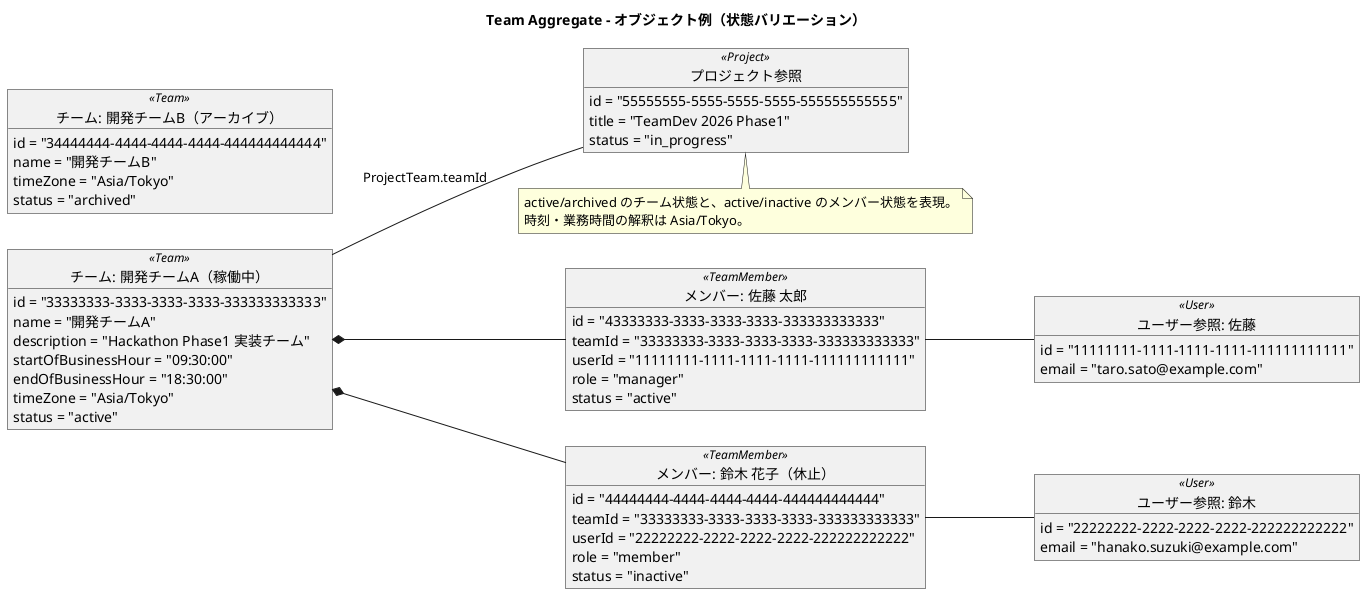
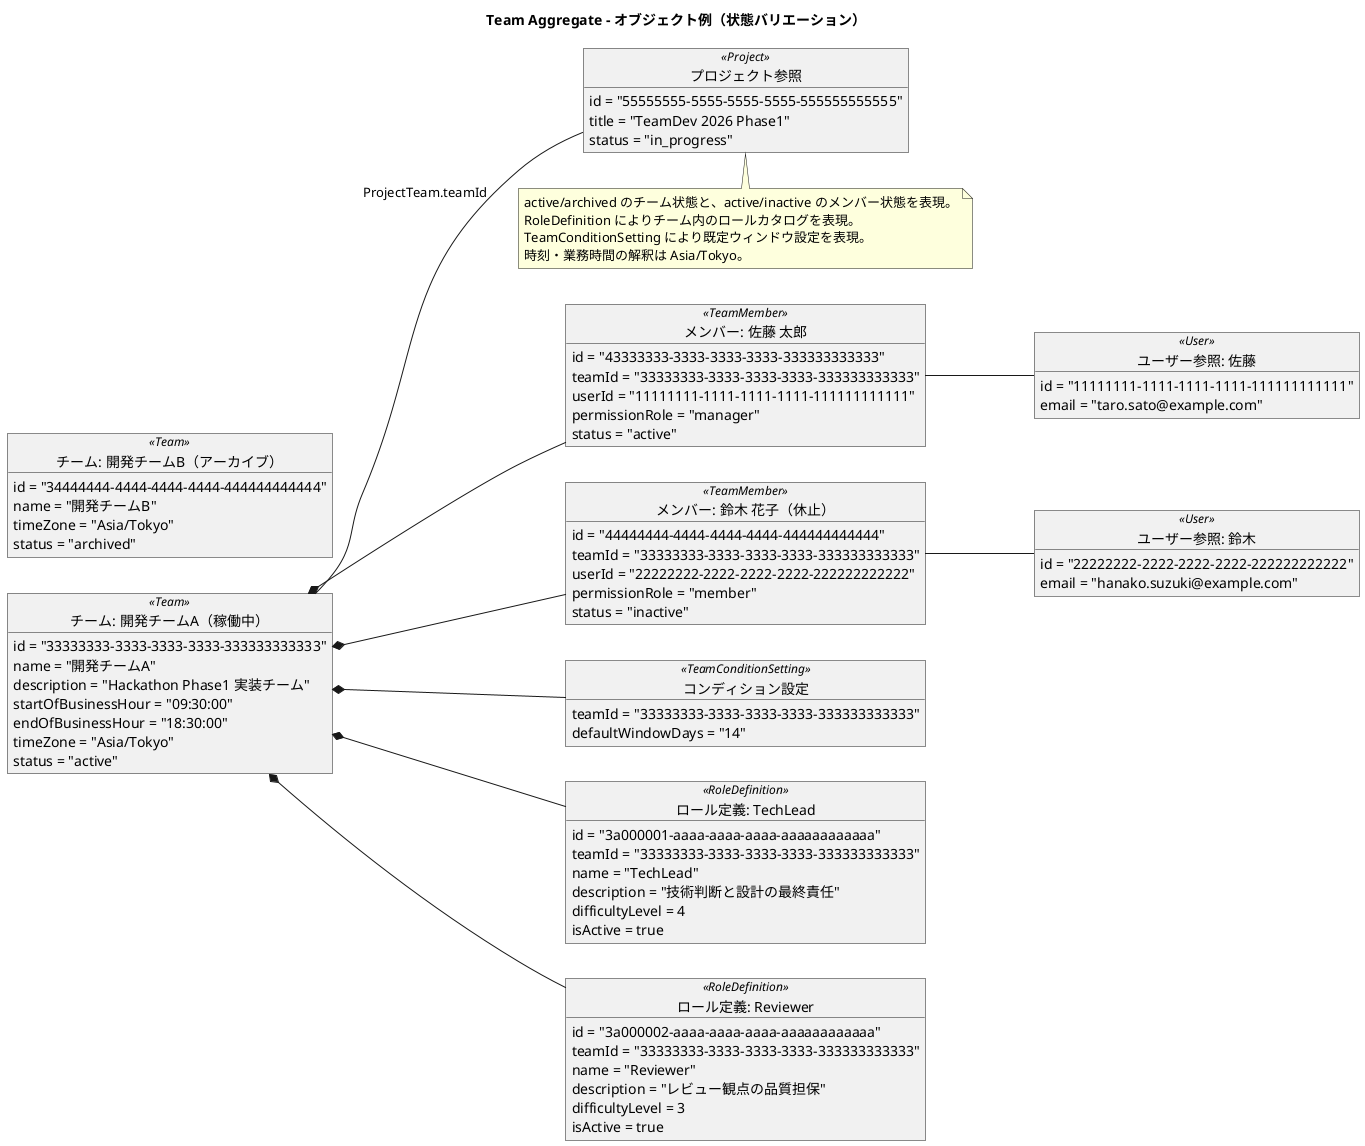
@startuml
title Team Aggregate - オブジェクト例（状態バリエーション）

left to right direction
skinparam shadowing false
skinparam objectAttributeIconSize 0

object "チーム: 開発チームA（稼働中）" as team_active <<Team>> {
  id = "33333333-3333-3333-3333-333333333333"
  name = "開発チームA"
  description = "Hackathon Phase1 実装チーム"
  startOfBusinessHour = "09:30:00"
  endOfBusinessHour = "18:30:00"
  timeZone = "Asia/Tokyo"
  status = "active"
}

object "チーム: 開発チームB（アーカイブ）" as team_archived <<Team>> {
  id = "34444444-4444-4444-4444-444444444444"
  name = "開発チームB"
  timeZone = "Asia/Tokyo"
  status = "archived"
}

object "メンバー: 佐藤 太郎" as member_taro <<TeamMember>> {
  id = "43333333-3333-3333-3333-333333333333"
  teamId = "33333333-3333-3333-3333-333333333333"
  userId = "11111111-1111-1111-1111-111111111111"
-   role = "manager"
+   permissionRole = "manager"
  status = "active"
}

object "メンバー: 鈴木 花子（休止）" as member_hanako <<TeamMember>> {
  id = "44444444-4444-4444-4444-444444444444"
  teamId = "33333333-3333-3333-3333-333333333333"
  userId = "22222222-2222-2222-2222-222222222222"
-   role = "member"
+   permissionRole = "member"
  status = "inactive"
+ }
+ 
+ object "コンディション設定" as team_condition_setting <<TeamConditionSetting>> {
+   teamId = "33333333-3333-3333-3333-333333333333"
+   defaultWindowDays = "14"
+ }
+ 
+ object "ロール定義: TechLead" as role_def_techlead <<RoleDefinition>> {
+   id = "3a000001-aaaa-aaaa-aaaa-aaaaaaaaaaaa"
+   teamId = "33333333-3333-3333-3333-333333333333"
+   name = "TechLead"
+   description = "技術判断と設計の最終責任"
+   difficultyLevel = 4
+   isActive = true
+ }
+ 
+ object "ロール定義: Reviewer" as role_def_reviewer <<RoleDefinition>> {
+   id = "3a000002-aaaa-aaaa-aaaa-aaaaaaaaaaaa"
+   teamId = "33333333-3333-3333-3333-333333333333"
+   name = "Reviewer"
+   description = "レビュー観点の品質担保"
+   difficultyLevel = 3
+   isActive = true
}

object "ユーザー参照: 佐藤" as user_taro <<User>> {
  id = "11111111-1111-1111-1111-111111111111"
  email = "taro.sato@example.com"
}

object "ユーザー参照: 鈴木" as user_hanako <<User>> {
  id = "22222222-2222-2222-2222-222222222222"
  email = "hanako.suzuki@example.com"
}

object "プロジェクト参照" as project_ref <<Project>> {
  id = "55555555-5555-5555-5555-555555555555"
  title = "TeamDev 2026 Phase1"
  status = "in_progress"
}

team_active *-- member_taro
team_active *-- member_hanako
+ team_active *-- role_def_techlead
+ team_active *-- role_def_reviewer
+ team_active *-- team_condition_setting
member_taro -- user_taro
member_hanako -- user_hanako
team_active -- project_ref : ProjectTeam.teamId

note bottom
active/archived のチーム状態と、active/inactive のメンバー状態を表現。
+ RoleDefinition によりチーム内のロールカタログを表現。
+ TeamConditionSetting により既定ウィンドウ設定を表現。
時刻・業務時間の解釈は Asia/Tokyo。
end note

@enduml